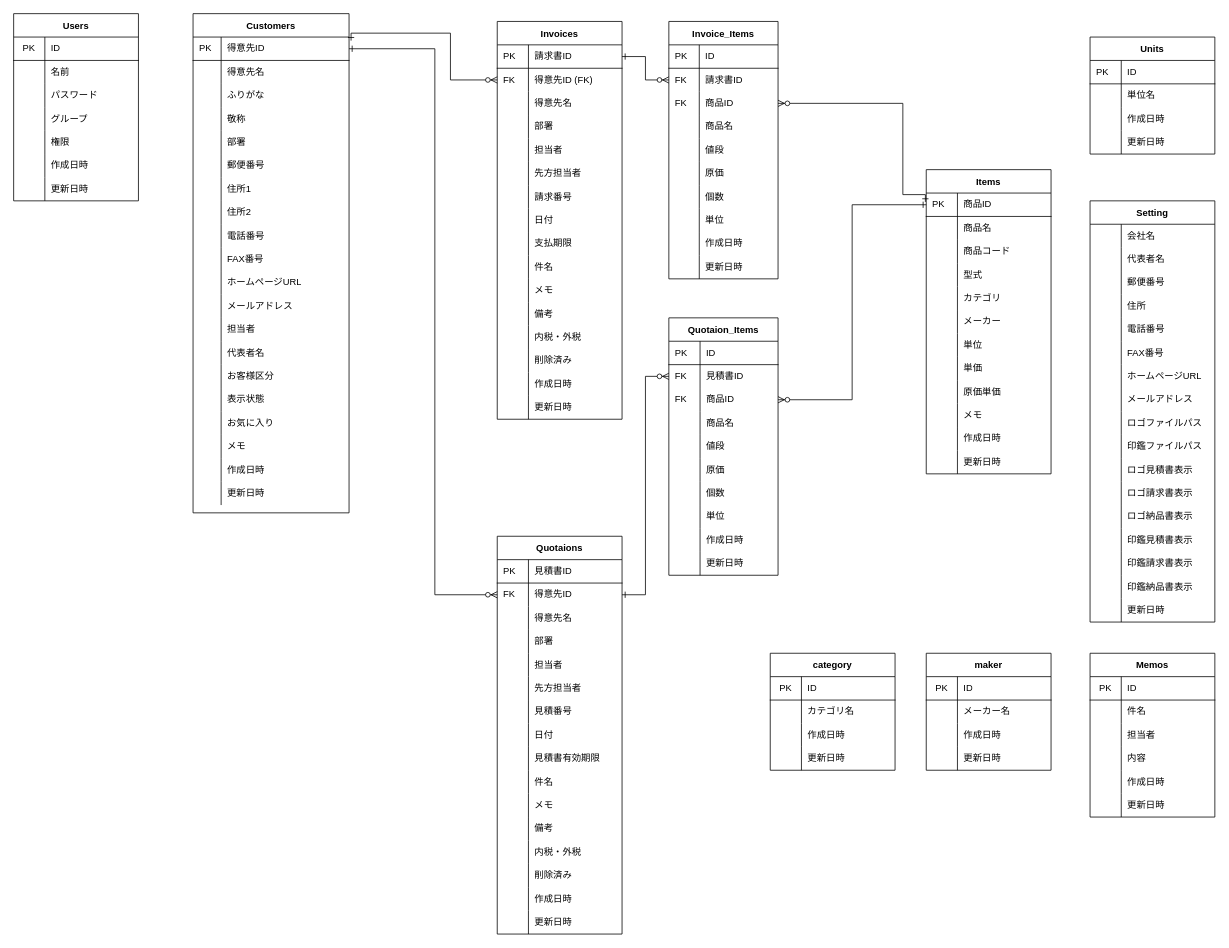
Before: soho_er.dio in gamasenninn/caddie-clone, a draw.io diagram. Source tidied: cells renumbered, new cells numbered last; positions are measured from the earlier drawing's top-left corner, leaving out a move shared by most shapes. Both pictures are drawn from the tidied source at 78%, with x=0, y=0 at pixel (13, 13).
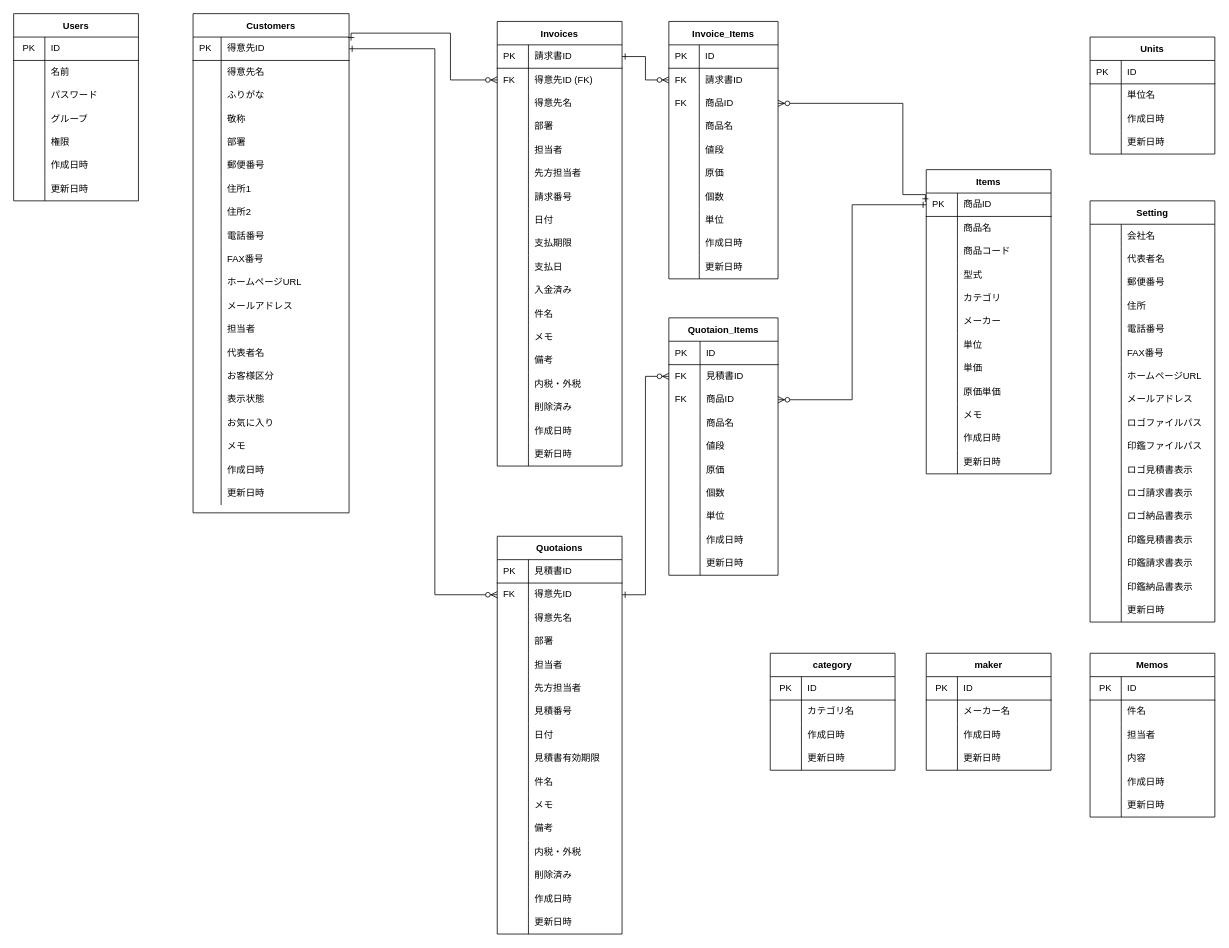
The same diagram, later.

What changed in the source:
```diff
@@
     <mxCell id="100" value="Invoices" style="shape=table;startSize=30;childLayout=tableLayout;rowLines=0;fontStyle=1;align=center;" parent="1" vertex="1">
-      <mxGeometry x="620" y="10" width="160" height="510" as="geometry" />
+      <mxGeometry x="620" y="10" width="160" height="570" as="geometry" />
     </mxCell>
@@
+    <mxCell id="398" style="shape=partialRectangle;html=1;whiteSpace=wrap;fillColor=none;top=0;left=0;bottom=0;right=0;" parent="100" vertex="1">
+      <mxGeometry y="300" width="160" height="30" as="geometry" />
+    </mxCell>
+    <mxCell id="399" style="shape=partialRectangle;html=1;whiteSpace=wrap;fillColor=none;top=0;left=0;bottom=0;right=0;align=left;spacingLeft=6;overflow=hidden;" parent="398" vertex="1">
+      <mxGeometry width="40" height="30" as="geometry" />
+    </mxCell>
+    <mxCell id="400" value="支払日" style="shape=partialRectangle;html=1;whiteSpace=wrap;fillColor=none;top=0;left=0;bottom=0;right=0;align=left;spacingLeft=6;overflow=hidden;" parent="398" vertex="1">
+      <mxGeometry x="40" width="120" height="30" as="geometry" />
+    </mxCell>
+    <mxCell id="401" style="shape=partialRectangle;html=1;whiteSpace=wrap;fillColor=none;top=0;left=0;bottom=0;right=0;" parent="100" vertex="1">
+      <mxGeometry y="330" width="160" height="30" as="geometry" />
+    </mxCell>
+    <mxCell id="402" style="shape=partialRectangle;html=1;whiteSpace=wrap;fillColor=none;top=0;left=0;bottom=0;right=0;align=left;spacingLeft=6;overflow=hidden;" parent="401" vertex="1">
+      <mxGeometry width="40" height="30" as="geometry" />
+    </mxCell>
+    <mxCell id="403" value="入金済み" style="shape=partialRectangle;html=1;whiteSpace=wrap;fillColor=none;top=0;left=0;bottom=0;right=0;align=left;spacingLeft=6;overflow=hidden;" parent="401" vertex="1">
+      <mxGeometry x="40" width="120" height="30" as="geometry" />
+    </mxCell>
     <mxCell id="128" style="shape=partialRectangle;html=1;whiteSpace=wrap;fillColor=none;top=0;left=0;bottom=0;right=0;" parent="100" vertex="1">
-      <mxGeometry y="300" width="160" height="30" as="geometry" />
+      <mxGeometry y="360" width="160" height="30" as="geometry" />
     </mxCell>
@@
     <mxCell id="131" style="shape=partialRectangle;html=1;whiteSpace=wrap;fillColor=none;top=0;left=0;bottom=0;right=0;" parent="100" vertex="1">
-      <mxGeometry y="330" width="160" height="30" as="geometry" />
+      <mxGeometry y="390" width="160" height="30" as="geometry" />
     </mxCell>
@@
     <mxCell id="134" style="shape=partialRectangle;html=1;whiteSpace=wrap;fillColor=none;top=0;left=0;bottom=0;right=0;" parent="100" vertex="1">
-      <mxGeometry y="360" width="160" height="30" as="geometry" />
+      <mxGeometry y="420" width="160" height="30" as="geometry" />
     </mxCell>
@@
     <mxCell id="137" style="shape=partialRectangle;html=1;whiteSpace=wrap;fillColor=none;top=0;left=0;bottom=0;right=0;" parent="100" vertex="1">
-      <mxGeometry y="390" width="160" height="30" as="geometry" />
+      <mxGeometry y="450" width="160" height="30" as="geometry" />
     </mxCell>
@@
     <mxCell id="140" style="shape=partialRectangle;html=1;whiteSpace=wrap;fillColor=none;top=0;left=0;bottom=0;right=0;" parent="100" vertex="1">
-      <mxGeometry y="420" width="160" height="30" as="geometry" />
+      <mxGeometry y="480" width="160" height="30" as="geometry" />
     </mxCell>
@@
     <mxCell id="143" style="shape=partialRectangle;html=1;whiteSpace=wrap;fillColor=none;top=0;left=0;bottom=0;right=0;" parent="100" vertex="1">
-      <mxGeometry y="450" width="160" height="30" as="geometry" />
+      <mxGeometry y="510" width="160" height="30" as="geometry" />
     </mxCell>
@@
     <mxCell id="146" style="shape=partialRectangle;html=1;whiteSpace=wrap;fillColor=none;top=0;left=0;bottom=0;right=0;" parent="100" vertex="1">
-      <mxGeometry y="480" width="160" height="30" as="geometry" />
+      <mxGeometry y="540" width="160" height="30" as="geometry" />
     </mxCell>
```
